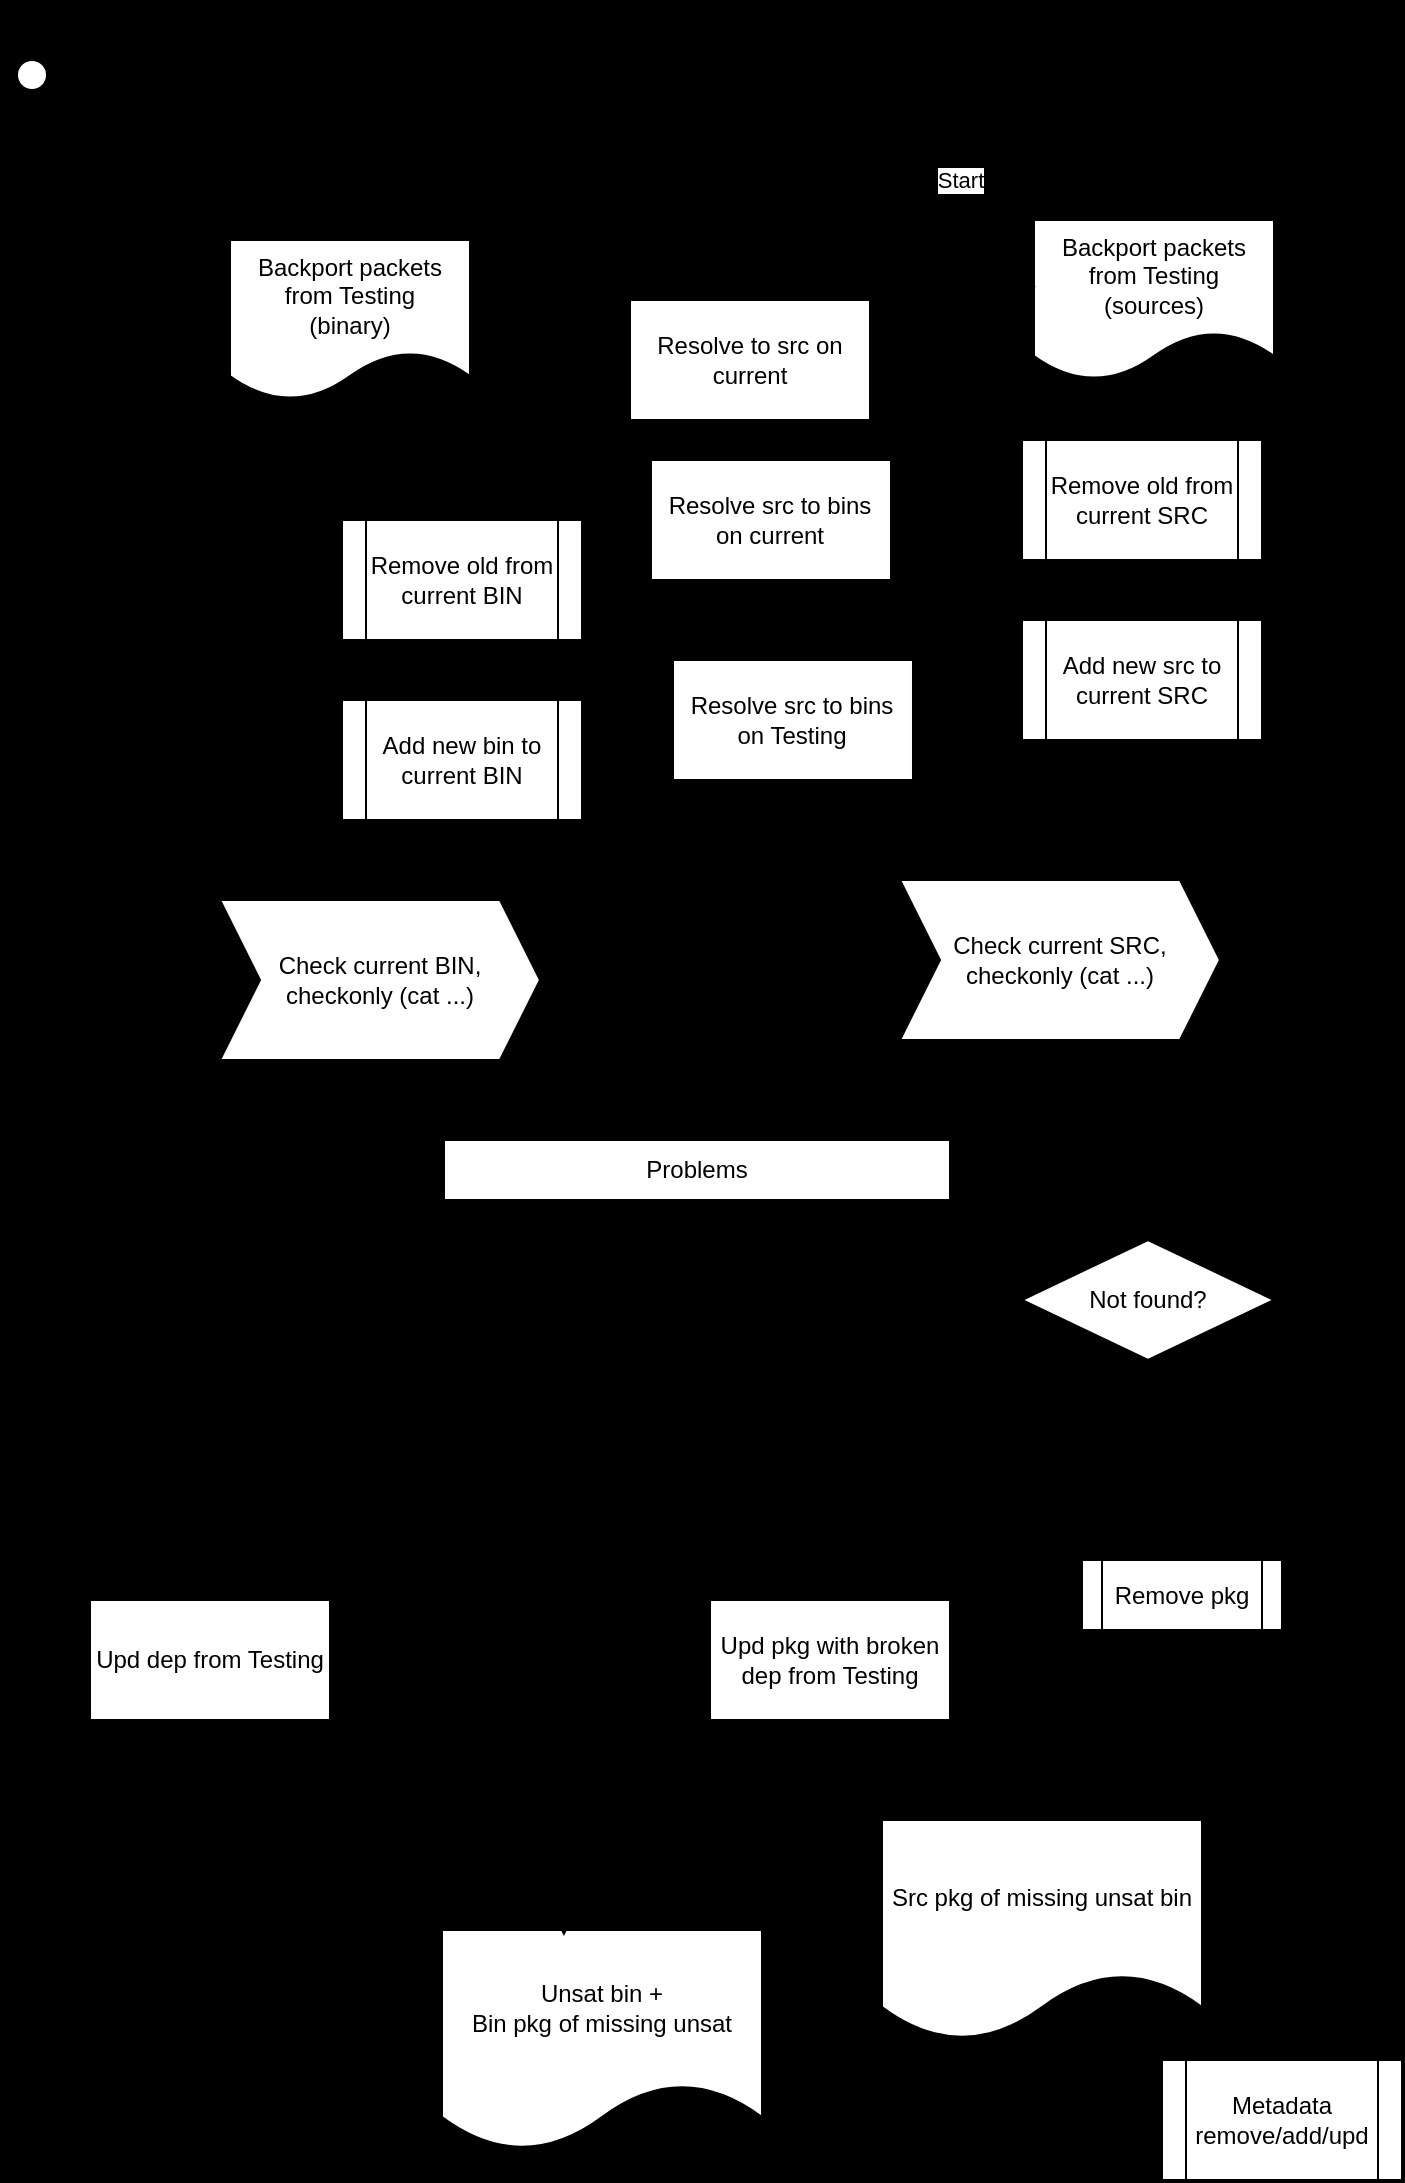
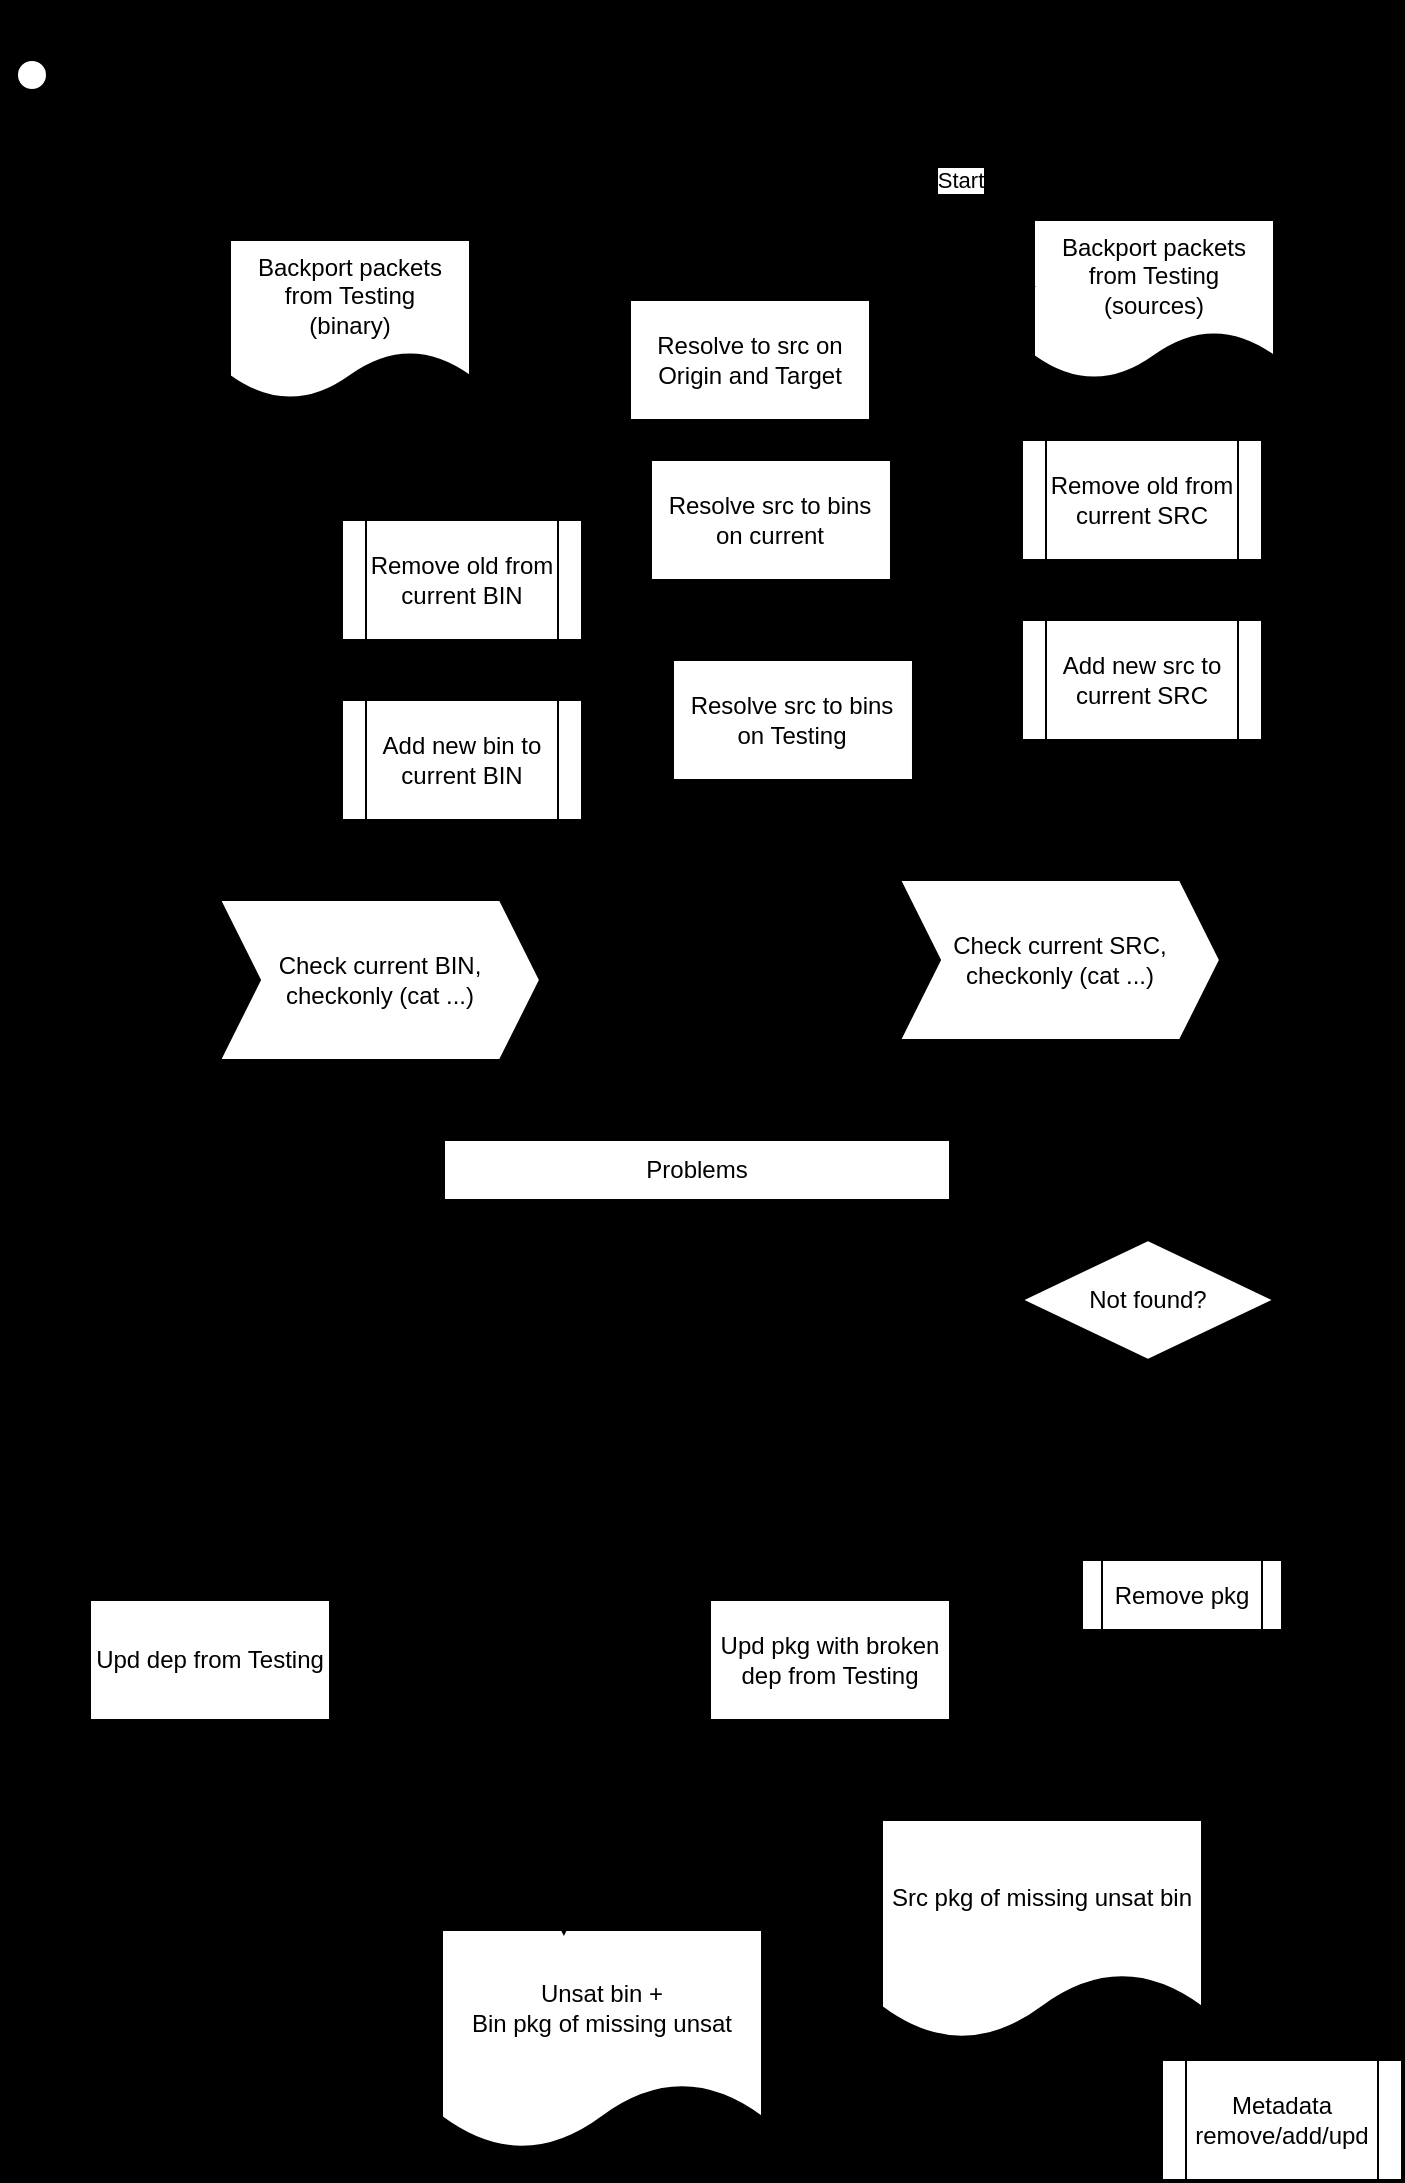
<mxfile host="Electron">
  <diagram id="C5RBs43oDa-KdzZeNtuy" name="Page-1">
-     <mxGraphModel dx="911" dy="543" grid="1" gridSize="10" guides="1" tooltips="1" connect="1" arrows="1" fold="1" page="1" pageScale="1" pageWidth="827" pageHeight="1169" background="light-dark(#000000,#000000)" math="0" shadow="0">
+     <mxGraphModel dx="628" dy="374" grid="1" gridSize="10" guides="1" tooltips="1" connect="1" arrows="1" fold="1" page="1" pageScale="1" pageWidth="827" pageHeight="1169" background="light-dark(#000000,#000000)" math="0" shadow="0">
      <root>
        <mxCell id="WIyWlLk6GJQsqaUBKTNV-0" />
        <mxCell id="WIyWlLk6GJQsqaUBKTNV-1" parent="WIyWlLk6GJQsqaUBKTNV-0" />
        <mxCell id="BYnsBLyXqSKAvp99Cp04-5" edge="1" parent="WIyWlLk6GJQsqaUBKTNV-1" source="BYnsBLyXqSKAvp99Cp04-3" style="edgeStyle=orthogonalEdgeStyle;rounded=0;orthogonalLoop=1;jettySize=auto;html=1;entryX=1;entryY=0.5;entryDx=0;entryDy=0;labelBackgroundColor=none;fontColor=default;" target="jdkO46tf3qpjO2ybV3Zm-16">
          <mxGeometry relative="1" as="geometry">
            <Array as="points">
              <mxPoint x="700" y="180" />
              <mxPoint x="700" y="370" />
            </Array>
          </mxGeometry>
        </mxCell>
        <mxCell id="BYnsBLyXqSKAvp99Cp04-6" edge="1" parent="WIyWlLk6GJQsqaUBKTNV-1" source="BYnsBLyXqSKAvp99Cp04-3" style="edgeStyle=orthogonalEdgeStyle;rounded=0;orthogonalLoop=1;jettySize=auto;html=1;entryX=0.5;entryY=0;entryDx=0;entryDy=0;labelBackgroundColor=none;fontColor=default;" target="jdkO46tf3qpjO2ybV3Zm-5">
          <mxGeometry relative="1" as="geometry" />
        </mxCell>
        <mxCell id="BYnsBLyXqSKAvp99Cp04-3" parent="WIyWlLk6GJQsqaUBKTNV-1" style="shape=document;whiteSpace=wrap;html=1;boundedLbl=1;labelBackgroundColor=none;" value="Backport packets from Testing&lt;br&gt;(sources)" vertex="1">
          <mxGeometry height="80" width="120" x="566" y="140" as="geometry" />
        </mxCell>
        <mxCell id="jdkO46tf3qpjO2ybV3Zm-0" parent="WIyWlLk6GJQsqaUBKTNV-1" style="shape=umlActor;verticalLabelPosition=bottom;verticalAlign=top;html=1;outlineConnect=0;labelBackgroundColor=none;" value="Actor" vertex="1">
          <mxGeometry height="60" width="30" x="50" y="60" as="geometry" />
        </mxCell>
        <mxCell id="jdkO46tf3qpjO2ybV3Zm-3" edge="1" parent="WIyWlLk6GJQsqaUBKTNV-1" source="jdkO46tf3qpjO2ybV3Zm-1" style="edgeStyle=orthogonalEdgeStyle;rounded=0;orthogonalLoop=1;jettySize=auto;html=1;entryX=0;entryY=0.5;entryDx=0;entryDy=0;labelBackgroundColor=none;fontColor=default;" target="jdkO46tf3qpjO2ybV3Zm-2">
          <mxGeometry relative="1" as="geometry" />
        </mxCell>
        <mxCell id="4IcmTThSWF4IWx9KLtXi-7" edge="1" parent="WIyWlLk6GJQsqaUBKTNV-1" source="jdkO46tf3qpjO2ybV3Zm-1" style="edgeStyle=orthogonalEdgeStyle;rounded=0;orthogonalLoop=1;jettySize=auto;html=1;entryX=0;entryY=0.5;entryDx=0;entryDy=0;labelBackgroundColor=none;fontColor=default;" target="jdkO46tf3qpjO2ybV3Zm-13">
          <mxGeometry relative="1" as="geometry">
            <Array as="points">
              <mxPoint x="170" y="305" />
              <mxPoint x="200" y="305" />
              <mxPoint x="200" y="410" />
            </Array>
          </mxGeometry>
        </mxCell>
        <mxCell id="jdkO46tf3qpjO2ybV3Zm-1" parent="WIyWlLk6GJQsqaUBKTNV-1" style="shape=document;whiteSpace=wrap;html=1;boundedLbl=1;labelBackgroundColor=none;" value="Backport packets from Testing&lt;br&gt;(binary)" vertex="1">
          <mxGeometry height="80" width="120" x="164" y="150" as="geometry" />
        </mxCell>
        <mxCell id="K2joIcQUg46PM5A2mCq8-2" edge="1" parent="WIyWlLk6GJQsqaUBKTNV-1" source="jdkO46tf3qpjO2ybV3Zm-2" style="edgeStyle=orthogonalEdgeStyle;rounded=0;orthogonalLoop=1;jettySize=auto;html=1;exitX=1;exitY=1;exitDx=0;exitDy=0;entryX=1;entryY=0.5;entryDx=0;entryDy=0;dashed=1;labelBackgroundColor=none;fontColor=default;" target="K2joIcQUg46PM5A2mCq8-0">
          <mxGeometry relative="1" as="geometry">
            <Array as="points">
              <mxPoint x="520" y="210" />
              <mxPoint x="520" y="285" />
              <mxPoint x="523" y="285" />
              <mxPoint x="523" y="370" />
            </Array>
          </mxGeometry>
        </mxCell>
-         <mxCell id="jdkO46tf3qpjO2ybV3Zm-2" parent="WIyWlLk6GJQsqaUBKTNV-1" style="rounded=0;whiteSpace=wrap;html=1;labelBackgroundColor=none;" value="Resolve to src on current" vertex="1">
+         <mxCell id="jdkO46tf3qpjO2ybV3Zm-2" parent="WIyWlLk6GJQsqaUBKTNV-1" style="rounded=0;whiteSpace=wrap;html=1;labelBackgroundColor=none;" value="Resolve to src on Origin and Target" vertex="1">
          <mxGeometry height="60" width="120" x="364" y="180" as="geometry" />
        </mxCell>
        <mxCell id="jdkO46tf3qpjO2ybV3Zm-17" edge="1" parent="WIyWlLk6GJQsqaUBKTNV-1" source="jdkO46tf3qpjO2ybV3Zm-5" style="edgeStyle=orthogonalEdgeStyle;rounded=0;orthogonalLoop=1;jettySize=auto;html=1;entryX=0.5;entryY=0;entryDx=0;entryDy=0;labelBackgroundColor=none;fontColor=default;" target="jdkO46tf3qpjO2ybV3Zm-16">
          <mxGeometry relative="1" as="geometry" />
        </mxCell>
        <mxCell id="jdkO46tf3qpjO2ybV3Zm-5" parent="WIyWlLk6GJQsqaUBKTNV-1" style="shape=process;whiteSpace=wrap;html=1;backgroundOutline=1;labelBackgroundColor=none;" value="Remove old from current SRC" vertex="1">
          <mxGeometry height="60" width="120" x="560" y="250" as="geometry" />
        </mxCell>
        <mxCell id="jdkO46tf3qpjO2ybV3Zm-10" edge="1" parent="WIyWlLk6GJQsqaUBKTNV-1" source="jdkO46tf3qpjO2ybV3Zm-7" style="edgeStyle=orthogonalEdgeStyle;rounded=0;orthogonalLoop=1;jettySize=auto;html=1;entryX=0.5;entryY=0;entryDx=0;entryDy=0;exitX=0.5;exitY=1;exitDx=0;exitDy=0;labelBackgroundColor=none;fontColor=default;" target="jdkO46tf3qpjO2ybV3Zm-9">
          <mxGeometry relative="1" as="geometry" />
        </mxCell>
        <mxCell id="jdkO46tf3qpjO2ybV3Zm-7" parent="WIyWlLk6GJQsqaUBKTNV-1" style="rounded=0;whiteSpace=wrap;html=1;labelBackgroundColor=none;" value="Resolve src to bins on current" vertex="1">
          <mxGeometry height="60" width="120" x="374.49" y="260" as="geometry" />
        </mxCell>
        <mxCell id="jdkO46tf3qpjO2ybV3Zm-8" edge="1" parent="WIyWlLk6GJQsqaUBKTNV-1" source="jdkO46tf3qpjO2ybV3Zm-2" style="edgeStyle=orthogonalEdgeStyle;rounded=0;orthogonalLoop=1;jettySize=auto;html=1;exitX=0.75;exitY=1;exitDx=0;exitDy=0;entryX=0.582;entryY=0;entryDx=0;entryDy=0;entryPerimeter=0;labelBackgroundColor=none;fontColor=default;" target="jdkO46tf3qpjO2ybV3Zm-7">
          <mxGeometry relative="1" as="geometry" />
        </mxCell>
        <mxCell id="jdkO46tf3qpjO2ybV3Zm-14" edge="1" parent="WIyWlLk6GJQsqaUBKTNV-1" source="jdkO46tf3qpjO2ybV3Zm-9" style="edgeStyle=orthogonalEdgeStyle;rounded=0;orthogonalLoop=1;jettySize=auto;html=1;entryX=0.5;entryY=0;entryDx=0;entryDy=0;labelBackgroundColor=none;fontColor=default;" target="jdkO46tf3qpjO2ybV3Zm-13">
          <mxGeometry relative="1" as="geometry" />
        </mxCell>
        <mxCell id="jdkO46tf3qpjO2ybV3Zm-9" parent="WIyWlLk6GJQsqaUBKTNV-1" style="shape=process;whiteSpace=wrap;html=1;backgroundOutline=1;labelBackgroundColor=none;" value="Remove old from current BIN" vertex="1">
          <mxGeometry height="60" width="120" x="220" y="290" as="geometry" />
        </mxCell>
        <mxCell id="jdkO46tf3qpjO2ybV3Zm-49" edge="1" parent="WIyWlLk6GJQsqaUBKTNV-1" source="jdkO46tf3qpjO2ybV3Zm-11" style="edgeStyle=orthogonalEdgeStyle;rounded=0;orthogonalLoop=1;jettySize=auto;html=1;entryX=0.575;entryY=-0.027;entryDx=0;entryDy=0;entryPerimeter=0;labelBackgroundColor=none;fontColor=default;" target="jdkO46tf3qpjO2ybV3Zm-28">
          <mxGeometry relative="1" as="geometry">
            <mxPoint x="579" y="580" as="targetPoint" />
          </mxGeometry>
        </mxCell>
        <mxCell id="jdkO46tf3qpjO2ybV3Zm-11" parent="WIyWlLk6GJQsqaUBKTNV-1" style="shape=step;perimeter=stepPerimeter;whiteSpace=wrap;html=1;fixedSize=1;labelBackgroundColor=none;" value="Check current SRC,&lt;br&gt;checkonly (cat ...)" vertex="1">
          <mxGeometry height="80" width="160" x="499" y="470" as="geometry" />
        </mxCell>
        <mxCell id="jdkO46tf3qpjO2ybV3Zm-36" edge="1" parent="WIyWlLk6GJQsqaUBKTNV-1" source="jdkO46tf3qpjO2ybV3Zm-12" style="edgeStyle=orthogonalEdgeStyle;rounded=0;orthogonalLoop=1;jettySize=auto;html=1;entryX=0.25;entryY=0;entryDx=0;entryDy=0;labelBackgroundColor=none;fontColor=default;" target="jdkO46tf3qpjO2ybV3Zm-28">
          <mxGeometry relative="1" as="geometry" />
        </mxCell>
        <mxCell id="jdkO46tf3qpjO2ybV3Zm-12" parent="WIyWlLk6GJQsqaUBKTNV-1" style="shape=step;perimeter=stepPerimeter;whiteSpace=wrap;html=1;fixedSize=1;labelBackgroundColor=none;" value="Check current BIN,&lt;br&gt;checkonly (cat ...)" vertex="1">
          <mxGeometry height="80" width="160" x="159" y="480" as="geometry" />
        </mxCell>
        <mxCell id="jdkO46tf3qpjO2ybV3Zm-19" edge="1" parent="WIyWlLk6GJQsqaUBKTNV-1" source="jdkO46tf3qpjO2ybV3Zm-13" style="edgeStyle=orthogonalEdgeStyle;rounded=0;orthogonalLoop=1;jettySize=auto;html=1;entryX=0.5;entryY=0;entryDx=0;entryDy=0;labelBackgroundColor=none;fontColor=default;" target="jdkO46tf3qpjO2ybV3Zm-12">
          <mxGeometry relative="1" as="geometry" />
        </mxCell>
        <mxCell id="jdkO46tf3qpjO2ybV3Zm-13" parent="WIyWlLk6GJQsqaUBKTNV-1" style="shape=process;whiteSpace=wrap;html=1;backgroundOutline=1;labelBackgroundColor=none;" value="Add new bin to current BIN" vertex="1">
          <mxGeometry height="60" width="120" x="220" y="380" as="geometry" />
        </mxCell>
        <mxCell id="jdkO46tf3qpjO2ybV3Zm-20" edge="1" parent="WIyWlLk6GJQsqaUBKTNV-1" source="jdkO46tf3qpjO2ybV3Zm-16" style="edgeStyle=orthogonalEdgeStyle;rounded=0;orthogonalLoop=1;jettySize=auto;html=1;labelBackgroundColor=none;fontColor=default;" target="jdkO46tf3qpjO2ybV3Zm-11">
          <mxGeometry relative="1" as="geometry" />
        </mxCell>
        <mxCell id="jdkO46tf3qpjO2ybV3Zm-16" parent="WIyWlLk6GJQsqaUBKTNV-1" style="shape=process;whiteSpace=wrap;html=1;backgroundOutline=1;labelBackgroundColor=none;" value="Add new src to current SRC" vertex="1">
          <mxGeometry height="60" width="120" x="560" y="340" as="geometry" />
        </mxCell>
        <mxCell id="jdkO46tf3qpjO2ybV3Zm-28" parent="WIyWlLk6GJQsqaUBKTNV-1" style="swimlane;fontStyle=0;childLayout=stackLayout;horizontal=1;startSize=30;horizontalStack=0;resizeParent=1;resizeParentMax=0;resizeLast=0;collapsible=1;marginBottom=0;whiteSpace=wrap;html=1;labelBackgroundColor=none;" value="Problems" vertex="1">
          <mxGeometry height="120" width="253" x="271" y="600" as="geometry">
            <mxRectangle height="30" width="90" x="500" y="830" as="alternateBounds" />
          </mxGeometry>
        </mxCell>
        <mxCell id="jdkO46tf3qpjO2ybV3Zm-29" parent="jdkO46tf3qpjO2ybV3Zm-28" style="text;fillColor=none;align=left;verticalAlign=middle;spacingLeft=4;spacingRight=4;overflow=hidden;points=[[0,0.5],[1,0.5]];portConstraint=eastwest;rotatable=0;whiteSpace=wrap;html=1;labelBackgroundColor=none;" value="Testing pkg requires a new dep" vertex="1">
          <mxGeometry height="30" width="253" y="30" as="geometry" />
        </mxCell>
        <mxCell id="jdkO46tf3qpjO2ybV3Zm-30" parent="jdkO46tf3qpjO2ybV3Zm-28" style="text;fillColor=none;align=left;verticalAlign=middle;spacingLeft=4;spacingRight=4;overflow=hidden;points=[[0,0.5],[1,0.5]];portConstraint=eastwest;rotatable=0;whiteSpace=wrap;html=1;labelBackgroundColor=none;" value="Stable pkg requires dep&amp;nbsp; (&amp;lt;= version)" vertex="1">
          <mxGeometry height="30" width="253" y="60" as="geometry" />
        </mxCell>
        <mxCell id="BYnsBLyXqSKAvp99Cp04-0" parent="jdkO46tf3qpjO2ybV3Zm-28" style="text;fillColor=none;align=left;verticalAlign=middle;spacingLeft=4;spacingRight=4;overflow=hidden;points=[[0,0.5],[1,0.5]];portConstraint=eastwest;rotatable=0;whiteSpace=wrap;html=1;labelBackgroundColor=none;" value="Pkg dependent on ABI deps" vertex="1">
          <mxGeometry height="30" width="253" y="90" as="geometry" />
        </mxCell>
        <mxCell id="jdkO46tf3qpjO2ybV3Zm-53" edge="1" parent="WIyWlLk6GJQsqaUBKTNV-1" source="jdkO46tf3qpjO2ybV3Zm-33" style="edgeStyle=orthogonalEdgeStyle;rounded=0;orthogonalLoop=1;jettySize=auto;html=1;entryX=0.25;entryY=0;entryDx=0;entryDy=0;labelBackgroundColor=none;fontColor=default;" target="jdkO46tf3qpjO2ybV3Zm-35">
          <mxGeometry relative="1" as="geometry" />
        </mxCell>
        <mxCell id="jdkO46tf3qpjO2ybV3Zm-33" parent="WIyWlLk6GJQsqaUBKTNV-1" style="rounded=0;whiteSpace=wrap;html=1;labelBackgroundColor=none;" value="Upd dep from Testing" vertex="1">
          <mxGeometry height="60" width="120" x="94" y="830" as="geometry" />
        </mxCell>
        <mxCell id="jdkO46tf3qpjO2ybV3Zm-54" edge="1" parent="WIyWlLk6GJQsqaUBKTNV-1" source="jdkO46tf3qpjO2ybV3Zm-34" style="edgeStyle=orthogonalEdgeStyle;rounded=0;orthogonalLoop=1;jettySize=auto;html=1;entryX=0.5;entryY=0;entryDx=0;entryDy=0;labelBackgroundColor=none;fontColor=default;" target="jdkO46tf3qpjO2ybV3Zm-35">
          <mxGeometry relative="1" as="geometry" />
        </mxCell>
        <mxCell id="jdkO46tf3qpjO2ybV3Zm-34" parent="WIyWlLk6GJQsqaUBKTNV-1" style="rounded=0;whiteSpace=wrap;html=1;labelBackgroundColor=none;" value="Upd pkg with broken dep from Testing" vertex="1">
          <mxGeometry height="60" width="120" x="404" y="830" as="geometry" />
        </mxCell>
        <mxCell id="jdkO46tf3qpjO2ybV3Zm-52" edge="1" parent="WIyWlLk6GJQsqaUBKTNV-1" source="jdkO46tf3qpjO2ybV3Zm-35" style="edgeStyle=orthogonalEdgeStyle;rounded=0;orthogonalLoop=1;jettySize=auto;html=1;curved=1;entryX=0;entryY=0.5;entryDx=0;entryDy=0;exitX=0;exitY=0.25;exitDx=0;exitDy=0;labelBackgroundColor=none;fontColor=default;" target="jdkO46tf3qpjO2ybV3Zm-1">
          <mxGeometry relative="1" as="geometry">
            <Array as="points">
              <mxPoint x="50" y="1038" />
              <mxPoint x="50" y="190" />
            </Array>
            <mxPoint x="70" y="190" as="targetPoint" />
          </mxGeometry>
        </mxCell>
        <mxCell id="jdkO46tf3qpjO2ybV3Zm-35" parent="WIyWlLk6GJQsqaUBKTNV-1" style="shape=document;whiteSpace=wrap;html=1;boundedLbl=1;labelBackgroundColor=none;" value="Unsat bin +&lt;br&gt;Bin pkg of missing unsat" vertex="1">
          <mxGeometry height="110" width="160" x="270" y="995" as="geometry" />
        </mxCell>
        <mxCell id="jdkO46tf3qpjO2ybV3Zm-37" parent="WIyWlLk6GJQsqaUBKTNV-1" style="text;html=1;whiteSpace=wrap;overflow=hidden;rounded=0;labelBackgroundColor=none;" value="&lt;h1 style=&quot;margin-top: 0px;&quot;&gt;Testing to Stable backport process&lt;/h1&gt;&lt;p&gt;Pre-dose (wanna-debian) is a small set of Python and Bash scripts designed for analyzing and backporting Debian packages from&amp;nbsp;&lt;span style=&quot;background-color: transparent; color: light-dark(rgb(0, 0, 0), rgb(255, 255, 255));&quot;&gt;newer releases (e.g., Sid) to older stable versions (e.g., Trixie or Bookworm).&lt;/span&gt;&lt;/p&gt;" vertex="1">
          <mxGeometry height="120" width="500" x="174" y="30" as="geometry" />
        </mxCell>
        <mxCell id="jdkO46tf3qpjO2ybV3Zm-44" edge="1" parent="WIyWlLk6GJQsqaUBKTNV-1" source="jdkO46tf3qpjO2ybV3Zm-30" style="edgeStyle=orthogonalEdgeStyle;rounded=0;orthogonalLoop=1;jettySize=auto;html=1;entryX=0.5;entryY=0;entryDx=0;entryDy=0;labelBackgroundColor=none;fontColor=default;" target="4IcmTThSWF4IWx9KLtXi-3">
          <mxGeometry relative="1" as="geometry">
            <mxPoint x="500" y="750" as="targetPoint" />
          </mxGeometry>
        </mxCell>
        <mxCell id="jdkO46tf3qpjO2ybV3Zm-61" parent="WIyWlLk6GJQsqaUBKTNV-1" style="shape=process;whiteSpace=wrap;html=1;backgroundOutline=1;labelBackgroundColor=none;" value="Remove pkg" vertex="1">
          <mxGeometry height="35" width="100" x="590" y="810" as="geometry" />
        </mxCell>
        <mxCell id="4IcmTThSWF4IWx9KLtXi-4" edge="1" parent="WIyWlLk6GJQsqaUBKTNV-1" source="4IcmTThSWF4IWx9KLtXi-3" style="edgeStyle=orthogonalEdgeStyle;rounded=0;orthogonalLoop=1;jettySize=auto;html=1;exitX=1;exitY=0.5;exitDx=0;exitDy=0;entryX=0.5;entryY=0;entryDx=0;entryDy=0;labelBackgroundColor=none;fontColor=default;" target="jdkO46tf3qpjO2ybV3Zm-61">
          <mxGeometry relative="1" as="geometry" />
        </mxCell>
        <mxCell id="4IcmTThSWF4IWx9KLtXi-5" connectable="0" parent="4IcmTThSWF4IWx9KLtXi-4" style="edgeLabel;html=1;align=center;verticalAlign=middle;resizable=0;points=[];labelBackgroundColor=none;" value="No" vertex="1">
          <mxGeometry relative="1" x="-0.3169" y="1" as="geometry">
            <mxPoint as="offset" />
          </mxGeometry>
        </mxCell>
        <mxCell id="4IcmTThSWF4IWx9KLtXi-6" edge="1" parent="WIyWlLk6GJQsqaUBKTNV-1" source="4IcmTThSWF4IWx9KLtXi-3" style="edgeStyle=orthogonalEdgeStyle;rounded=0;orthogonalLoop=1;jettySize=auto;html=1;exitX=0.5;exitY=1;exitDx=0;exitDy=0;entryX=0.5;entryY=0;entryDx=0;entryDy=0;labelBackgroundColor=none;fontColor=default;" target="jdkO46tf3qpjO2ybV3Zm-34">
          <mxGeometry relative="1" as="geometry" />
        </mxCell>
        <mxCell id="4IcmTThSWF4IWx9KLtXi-3" parent="WIyWlLk6GJQsqaUBKTNV-1" style="rhombus;whiteSpace=wrap;html=1;labelBackgroundColor=none;" value="Not found?" vertex="1">
          <mxGeometry height="60" width="126" x="560" y="650" as="geometry" />
        </mxCell>
        <mxCell id="4IcmTThSWF4IWx9KLtXi-9" parent="WIyWlLk6GJQsqaUBKTNV-1" style="shape=process;whiteSpace=wrap;html=1;backgroundOutline=1;labelBackgroundColor=none;" value="Metadata remove/add/upd" vertex="1">
          <mxGeometry height="60" width="120" x="630" y="1060" as="geometry" />
        </mxCell>
        <mxCell id="K2joIcQUg46PM5A2mCq8-1" edge="1" parent="WIyWlLk6GJQsqaUBKTNV-1" source="K2joIcQUg46PM5A2mCq8-0" style="edgeStyle=orthogonalEdgeStyle;rounded=0;orthogonalLoop=1;jettySize=auto;html=1;entryX=1;entryY=0.5;entryDx=0;entryDy=0;dashed=1;labelBackgroundColor=none;fontColor=default;" target="jdkO46tf3qpjO2ybV3Zm-13">
          <mxGeometry relative="1" as="geometry" />
        </mxCell>
        <mxCell id="UBrdKMySqU7-3HxLgvty-1" connectable="0" parent="K2joIcQUg46PM5A2mCq8-1" style="edgeLabel;html=1;align=center;verticalAlign=middle;resizable=0;points=[];labelBackgroundColor=none;" value="All bin" vertex="1">
          <mxGeometry relative="1" x="-0.0159" y="3" as="geometry">
            <mxPoint as="offset" />
          </mxGeometry>
        </mxCell>
        <mxCell id="K2joIcQUg46PM5A2mCq8-0" parent="WIyWlLk6GJQsqaUBKTNV-1" style="rounded=0;whiteSpace=wrap;html=1;labelBackgroundColor=none;" value="Resolve src to bins on Testing" vertex="1">
          <mxGeometry height="60" width="120" x="385.49" y="360" as="geometry" />
        </mxCell>
        <mxCell id="cQBACjruvvWsz2pfgvWL-0" edge="1" parent="WIyWlLk6GJQsqaUBKTNV-1" source="jdkO46tf3qpjO2ybV3Zm-1" style="edgeStyle=orthogonalEdgeStyle;rounded=0;orthogonalLoop=1;jettySize=auto;html=1;entryX=0;entryY=0.667;entryDx=0;entryDy=0;entryPerimeter=0;labelBackgroundColor=none;fontColor=default;" target="jdkO46tf3qpjO2ybV3Zm-9">
          <mxGeometry relative="1" as="geometry">
            <Array as="points">
              <mxPoint x="224" y="260" />
              <mxPoint x="210" y="260" />
              <mxPoint x="210" y="330" />
            </Array>
          </mxGeometry>
        </mxCell>
        <mxCell id="agVh6EhSCwiN8bkbG3hr-0" edge="1" parent="WIyWlLk6GJQsqaUBKTNV-1" source="jdkO46tf3qpjO2ybV3Zm-29" style="edgeStyle=orthogonalEdgeStyle;rounded=0;orthogonalLoop=1;jettySize=auto;html=1;entryX=0.5;entryY=0;entryDx=0;entryDy=0;labelBackgroundColor=none;fontColor=default;" target="jdkO46tf3qpjO2ybV3Zm-33">
          <mxGeometry relative="1" as="geometry" />
        </mxCell>
        <mxCell id="BYnsBLyXqSKAvp99Cp04-2" edge="1" parent="WIyWlLk6GJQsqaUBKTNV-1" source="BYnsBLyXqSKAvp99Cp04-0" style="edgeStyle=orthogonalEdgeStyle;rounded=0;orthogonalLoop=1;jettySize=auto;html=1;entryX=0.381;entryY=0.027;entryDx=0;entryDy=0;entryPerimeter=0;labelBackgroundColor=none;fontColor=default;" target="jdkO46tf3qpjO2ybV3Zm-35">
          <mxGeometry relative="1" as="geometry">
            <Array as="points">
              <mxPoint x="251" y="705" />
              <mxPoint x="251" y="830" />
              <mxPoint x="331" y="830" />
            </Array>
            <mxPoint x="240" y="777.5" as="targetPoint" />
          </mxGeometry>
        </mxCell>
        <mxCell id="BYnsBLyXqSKAvp99Cp04-10" connectable="0" parent="BYnsBLyXqSKAvp99Cp04-2" style="edgeLabel;html=1;align=center;verticalAlign=middle;resizable=0;points=[];labelBackgroundColor=none;" value="update bin" vertex="1">
          <mxGeometry relative="1" x="-0.4084" y="-2" as="geometry">
            <mxPoint as="offset" />
          </mxGeometry>
        </mxCell>
        <mxCell id="BYnsBLyXqSKAvp99Cp04-12" edge="1" parent="WIyWlLk6GJQsqaUBKTNV-1" source="BYnsBLyXqSKAvp99Cp04-7" style="edgeStyle=orthogonalEdgeStyle;rounded=0;orthogonalLoop=1;jettySize=auto;html=1;entryX=1;entryY=0.25;entryDx=0;entryDy=0;curved=1;exitX=1;exitY=0.25;exitDx=0;exitDy=0;labelBackgroundColor=none;fontColor=default;" target="BYnsBLyXqSKAvp99Cp04-3">
          <mxGeometry relative="1" as="geometry">
            <Array as="points">
              <mxPoint x="750" y="968" />
              <mxPoint x="750" y="160" />
            </Array>
          </mxGeometry>
        </mxCell>
        <mxCell id="BYnsBLyXqSKAvp99Cp04-7" parent="WIyWlLk6GJQsqaUBKTNV-1" style="shape=document;whiteSpace=wrap;html=1;boundedLbl=1;labelBackgroundColor=none;" value="Src pkg of missing unsat bin" vertex="1">
          <mxGeometry height="110" width="160" x="490" y="940" as="geometry" />
        </mxCell>
        <mxCell id="BYnsBLyXqSKAvp99Cp04-8" edge="1" parent="WIyWlLk6GJQsqaUBKTNV-1" source="BYnsBLyXqSKAvp99Cp04-0" style="edgeStyle=orthogonalEdgeStyle;rounded=0;orthogonalLoop=1;jettySize=auto;html=1;exitX=1;exitY=0.5;exitDx=0;exitDy=0;entryX=0.5;entryY=0;entryDx=0;entryDy=0;labelBackgroundColor=none;fontColor=default;" target="BYnsBLyXqSKAvp99Cp04-7">
          <mxGeometry relative="1" as="geometry" />
        </mxCell>
        <mxCell id="BYnsBLyXqSKAvp99Cp04-9" connectable="0" parent="BYnsBLyXqSKAvp99Cp04-8" style="edgeLabel;html=1;align=center;verticalAlign=middle;resizable=0;points=[];labelBackgroundColor=none;" value="update src" vertex="1">
          <mxGeometry relative="1" x="0.6146" y="-1" as="geometry">
            <mxPoint as="offset" />
          </mxGeometry>
        </mxCell>
        <mxCell id="6-P6QW3yzLwl90LSrPGA-1" edge="1" parent="WIyWlLk6GJQsqaUBKTNV-1" source="jdkO46tf3qpjO2ybV3Zm-2" style="edgeStyle=orthogonalEdgeStyle;rounded=0;orthogonalLoop=1;jettySize=auto;html=1;entryX=0.008;entryY=0.417;entryDx=0;entryDy=0;entryPerimeter=0;" target="BYnsBLyXqSKAvp99Cp04-3">
          <mxGeometry relative="1" as="geometry" />
        </mxCell>
        <mxCell id="6-P6QW3yzLwl90LSrPGA-2" edge="1" parent="WIyWlLk6GJQsqaUBKTNV-1" source="jdkO46tf3qpjO2ybV3Zm-1" style="edgeStyle=orthogonalEdgeStyle;rounded=0;orthogonalLoop=1;jettySize=auto;html=1;exitX=1;exitY=0.25;exitDx=0;exitDy=0;entryX=0.75;entryY=0;entryDx=0;entryDy=0;" target="BYnsBLyXqSKAvp99Cp04-3">
          <mxGeometry relative="1" as="geometry" />
        </mxCell>
        <mxCell id="6-P6QW3yzLwl90LSrPGA-3" connectable="0" parent="6-P6QW3yzLwl90LSrPGA-2" style="edgeLabel;html=1;align=center;verticalAlign=middle;resizable=0;points=[];" value="Start" vertex="1">
          <mxGeometry relative="1" x="0.3353" as="geometry">
            <mxPoint as="offset" />
          </mxGeometry>
        </mxCell>
      </root>
    </mxGraphModel>
  </diagram>
</mxfile>
